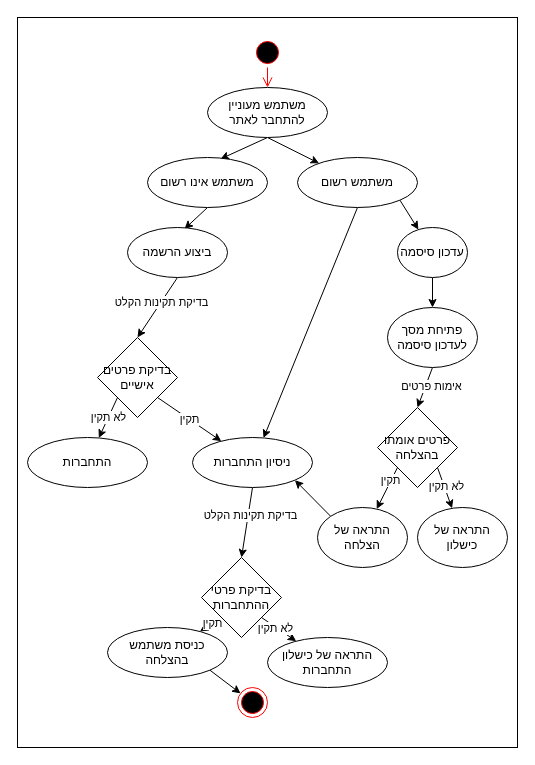
Earlier version of the draw.io diagram oop course/draws/activity/userConnection.drawio (roei910/my-stocks). Source tidied: cells renumbered, new cells numbered last; positions are measured from the earlier drawing's top-left corner, leaving out a move shared by most shapes. Both pictures are drawn from the tidied source at 100%, with x=0, y=0 at pixel (17, 17).
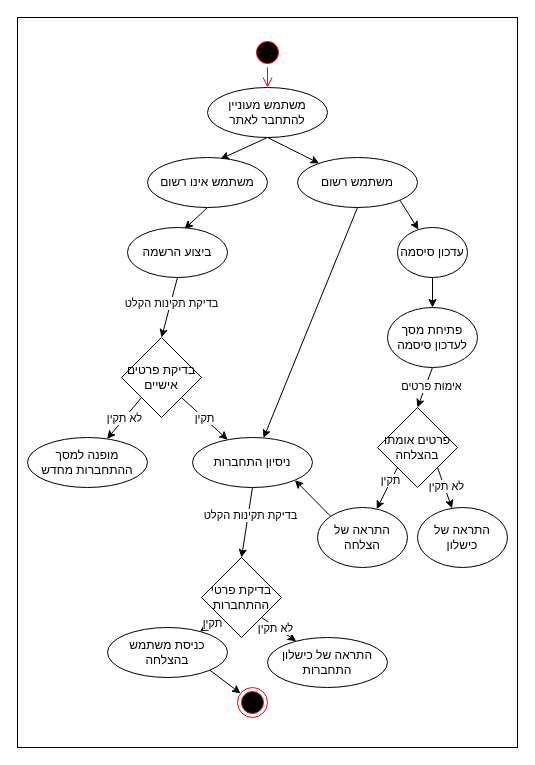
After the change.

Change to the diagram source:
```diff
@@
     <mxCell id="35" value="בדיקת פרטים אישיים" style="rhombus;whiteSpace=wrap;html=1;" parent="1" vertex="1">
-      <mxGeometry x="80" y="320" width="80" height="80" as="geometry" />
+      <mxGeometry x="104" y="320" width="80" height="80" as="geometry" />
     </mxCell>
-    <mxCell id="36" value="התחברות" style="ellipse;whiteSpace=wrap;html=1;" parent="1" vertex="1">
+    <mxCell id="36" value="מופנה למסך ההתחברות מחדש" style="ellipse;whiteSpace=wrap;html=1;" parent="1" vertex="1">
       <mxGeometry x="10" y="420" width="120" height="50" as="geometry" />
     </mxCell>
```
